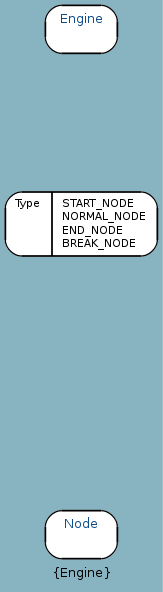
Above: docs/uml/aPath_I.png in google-code-export/haxegui (Graphviz), before the change. Its source is kept beside it as docs/uml/aPath_I.dot.
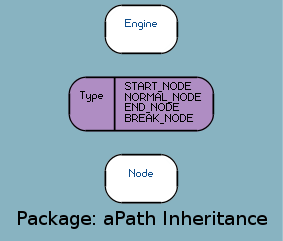
After the commit.

Change to the diagram source:
```diff
@@ -1,11 +1,10 @@
 digraph uml {
-	graph [label="Package: aPath Inheritance", ratio=compress, rankdir=LR, size="24,12", overlap=false, fontname=Sans, fontsize=10, bgcolor="#88B3C1", fontcolor=black];
-	node [label="\N", fontname=Sans, fontsize=8, shape=record, color=black, fontcolor=black];
-	edge [fontname=Sans, fontsize=8, minlen=3, color=black, fontcolor=black];
-	graph [label="{Engine}",
-		lp="57,10",
-		bb="0,0,114,436"];
-	"aPath.Node" [label="{Node}", fontsize=10, fontcolor="#104E8B", style="rounded,filled", fillcolor=white, URL="../types/aPath/Node.html", tooltip="Node", portPos=e, pos="57,39", rects="30,21,84,57", width="0.75", height="0.50"];
-	"aPath.Type" [label="{Type|START_NODE\lNORMAL_NODE\lEND_NODE\lBREAK_NODE\l}", style="rounded,filled", fillcolor=white, pos="57,272", rects="0,248,35,296 35,248,114,296", width="1.58", height="0.67"];
-	"aPath.Engine" [label="{Engine}", fontsize=10, fontcolor="#104E8B", style="rounded,filled", fillcolor=white, URL="../types/aPath/Engine.html", tooltip=Engine, portPos=e, pos="57,418", rects="30,400,84,436", width="0.75", height="0.50"];
+	graph [label="Package: aPath Inheritance", ratio=compress, rankdir=RL, smoothing=avg_dist, overlap=compress, packMode="graph", labelloc=c, fontname="DejaVu Sans Condenesed", fontsize=14, bgcolor="#88B3C1", fontcolor=black];
+	node [label="\N", style="rounded,filled", fillcolor="#96c288", fontcolor="#104E8B", fontname="FFF Harmony", fontsize=6, shape=record, color=black];
+	edge [fontname=Sans, fontsize=8, minlen="1.2", color=black, fontcolor=black];
+	graph [lp="102,12",
+		bb="0,0,204,173"];
+	"aPath.Node" [label="{\nNode}", fillcolor=white, URL="../types/aPath/Node.html", tooltip="\nNode", portPos=w, pos="102,43", rects="75,25,129,61", width="0.75", height="0.50"];
+	"aPath.Type" [label="{\nType|START_NODE\lNORMAL_NODE\lEND_NODE\lBREAK_NODE\l}", fillcolor="#af8dc3", fontcolor=black, pos="102,99", rects="48,79,82,119 82,79,156,119", width="1.50", height="0.56"];
+	"aPath.Engine" [label="{\nEngine}", fillcolor=white, URL="../types/aPath/Engine.html", tooltip="\nEngine", portPos=w, pos="102,155", rects="75,137,129,173", width="0.75", height="0.50"];
 }
```
